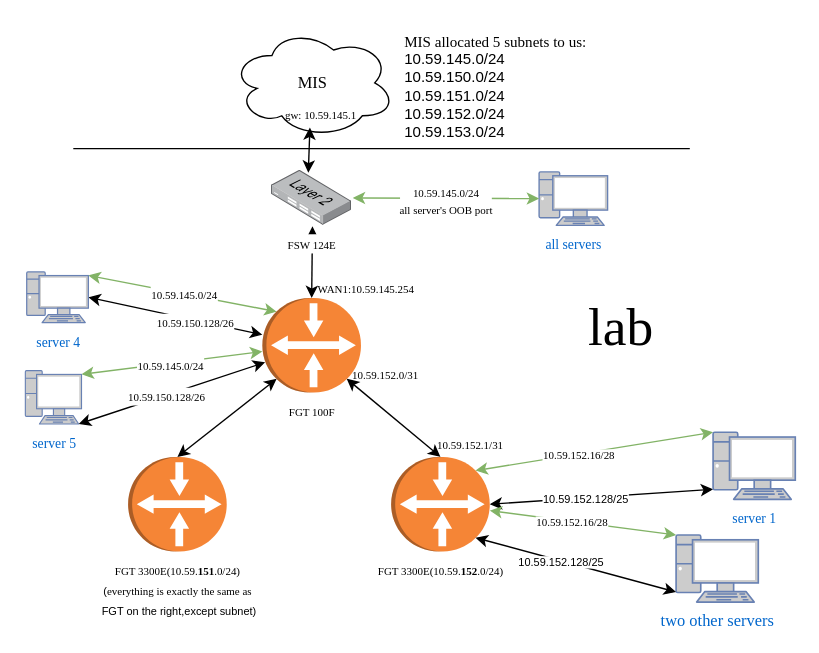
The draw.io diagram lab.drawio in PinoTsao/illustration, before the edit. Source tidied: cells renumbered, new cells numbered last; positions are measured from the earlier drawing's top-left corner, leaving out a move shared by most shapes. Both pictures are drawn from the tidied source at 137%, with x=0, y=0 at pixel (25, 23).
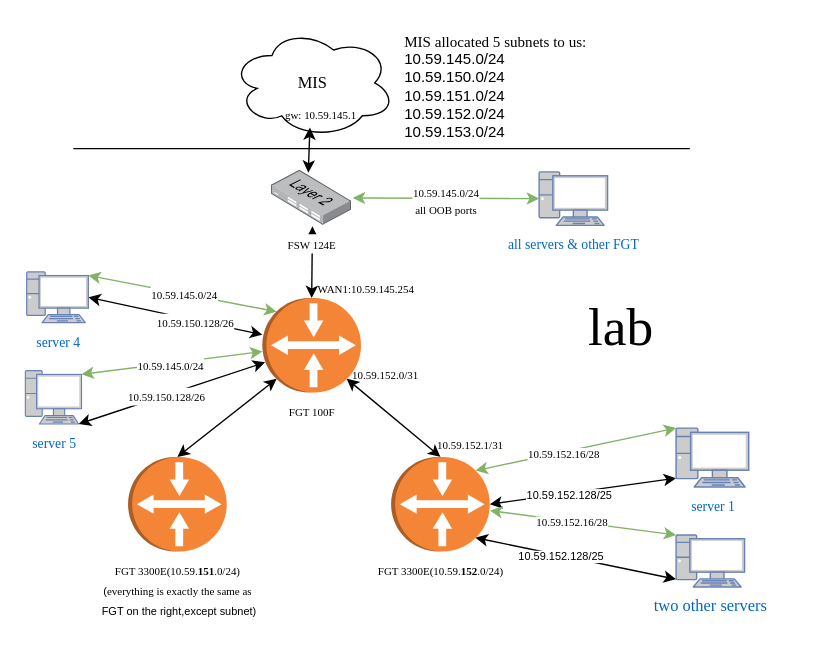
The same diagram, later.

Unchanged cells that the change refers to:
```xml
<mxCell id="27" style="endArrow=classic;startArrow=classic;html=1;rounded=0;fillColor=#d5e8d4;strokeColor=#82b366;exitX=1.014;exitY=0.5;exitDx=0;exitDy=0;exitPerimeter=0;" parent="1" edge="1" source="21" target="26">
  <mxGeometry relative="1" as="geometry" />
</mxCell>
```

Change to the diagram source:
```diff
@@
-    <mxCell id="26" value="&lt;font style=&quot;font-size: 10px;&quot; face=&quot;Times New Roman&quot;&gt;all servers&lt;/font&gt;" style="fontColor=#0066CC;verticalAlign=top;verticalLabelPosition=bottom;labelPosition=center;align=center;html=1;outlineConnect=0;fillColor=#CCCCCC;strokeColor=#6881B3;gradientColor=none;gradientDirection=north;strokeWidth=2;shape=mxgraph.networks.pc;" parent="1" vertex="1">
+    <mxCell id="26" value="&lt;font style=&quot;font-size: 10px;&quot; face=&quot;Times New Roman&quot;&gt;all servers &amp;amp; other FGT&lt;br&gt;&lt;/font&gt;" style="fontColor=#0066CC;verticalAlign=top;verticalLabelPosition=bottom;labelPosition=center;align=center;html=1;outlineConnect=0;fillColor=#CCCCCC;strokeColor=#6881B3;gradientColor=none;gradientDirection=north;strokeWidth=2;shape=mxgraph.networks.pc;" parent="1" vertex="1">
       <mxGeometry x="375" y="108" width="50" height="39" as="geometry" />
     </mxCell>
@@
-    <mxCell id="28" value="&lt;div style=&quot;font-size: 10px;&quot;&gt;&lt;font style=&quot;font-size: 8px;&quot; face=&quot;Times New Roman&quot;&gt;10.59.145.0/24&lt;/font&gt;&lt;/div&gt;&lt;div style=&quot;font-size: 10px;&quot;&gt;&lt;font style=&quot;font-size: 8px;&quot; face=&quot;Times New Roman&quot;&gt;all server's OOB port&lt;br&gt;&lt;/font&gt;&lt;/div&gt;" style="edgeLabel;html=1;align=center;verticalAlign=middle;" parent="27" vertex="1">
+    <mxCell id="28" value="&lt;div style=&quot;font-size: 10px;&quot;&gt;&lt;font style=&quot;font-size: 8px;&quot; face=&quot;Times New Roman&quot;&gt;10.59.145.0/24&lt;/font&gt;&lt;/div&gt;&lt;div style=&quot;font-size: 10px;&quot;&gt;&lt;font style=&quot;font-size: 8px;&quot; face=&quot;Times New Roman&quot;&gt;all OOB ports&lt;br&gt;&lt;/font&gt;&lt;/div&gt;" style="edgeLabel;html=1;align=center;verticalAlign=middle;" parent="27" vertex="1">
       <mxGeometry x="-0.02" y="-1" relative="1" as="geometry" />
     </mxCell>
@@
     <mxCell id="33" value="&lt;font face=&quot;Times New Roman&quot; style=&quot;font-size: 10px;&quot;&gt;server 1&lt;br&gt;&lt;/font&gt;" style="fontColor=#0066CC;verticalAlign=top;verticalLabelPosition=bottom;labelPosition=center;align=center;html=1;outlineConnect=0;fillColor=#CCCCCC;strokeColor=#6881B3;gradientColor=none;gradientDirection=north;strokeWidth=2;shape=mxgraph.networks.pc;" parent="1" vertex="1">
-      <mxGeometry x="502" y="298" width="60" height="49" as="geometry" />
+      <mxGeometry x="475" y="295" width="53" height="43" as="geometry" />
     </mxCell>
     <mxCell id="34" value="&lt;font face=&quot;Times New Roman&quot;&gt;two other servers&lt;br&gt;&lt;/font&gt;" style="fontColor=#0066CC;verticalAlign=top;verticalLabelPosition=bottom;labelPosition=center;align=center;html=1;outlineConnect=0;fillColor=#CCCCCC;strokeColor=#6881B3;gradientColor=none;gradientDirection=north;strokeWidth=2;shape=mxgraph.networks.pc;" parent="1" vertex="1">
-      <mxGeometry x="475" y="373" width="60" height="49" as="geometry" />
+      <mxGeometry x="475" y="373" width="50" height="38" as="geometry" />
     </mxCell>
```
